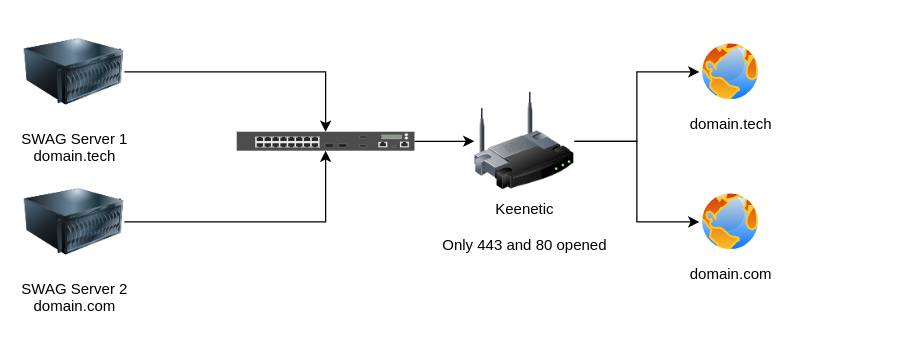
prettyleaf/diagrams keeps this draw.io diagram as homelab.drawio. Above is the earlier version. Source tidied: cells renumbered, new cells numbered last; positions are measured from the earlier drawing's top-left corner, leaving out a move shared by most shapes. Both pictures are drawn from the tidied source at 125%, with x=0, y=0 at pixel (24, 21).
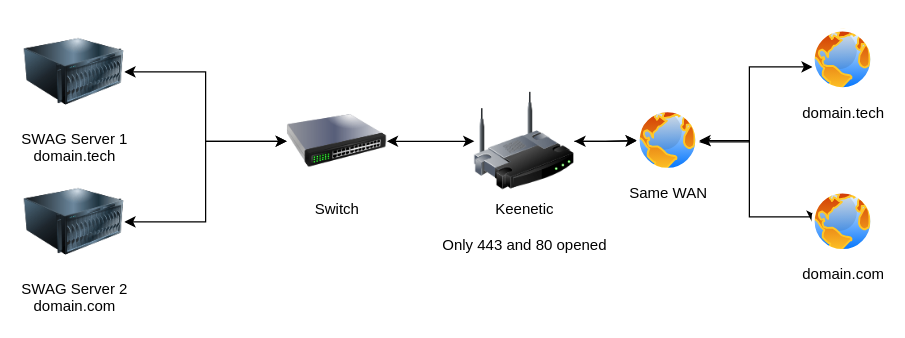
Above is the later version.

Change to the diagram source:
```diff
@@
 <mxGraphModel>
   <root>
     <mxCell id="0" />
     <mxCell id="1" parent="0" />
-    <mxCell id="2" style="edgeStyle=orthogonalEdgeStyle;rounded=0;jettySize=auto;html=1;" parent="1" edge="1" source="3" target="7">
-      <mxGeometry relative="1" as="geometry" />
-    </mxCell>
+    <mxCell id="13" style="edgeStyle=orthogonalEdgeStyle;rounded=0;jettySize=auto;html=1;entryX=0;entryY=0.5;entryDx=0;entryDy=0;startArrow=classic;startFill=1;" parent="1" edge="1" source="3" target="15">
+      <mxGeometry relative="1" as="geometry" />
+    </mxCell>
     <mxCell id="3" value="SWAG Server 1&lt;br&gt;domain.tech" style="image;html=1;image=img/lib/clip_art/computers/Server_128x128.png;" parent="1" vertex="1">
       <mxGeometry width="80" height="80" as="geometry" />
     </mxCell>
-    <mxCell id="4" style="edgeStyle=orthogonalEdgeStyle;rounded=0;jettySize=auto;html=1;" parent="1" edge="1" source="5" target="7">
-      <mxGeometry relative="1" as="geometry" />
-    </mxCell>
+    <mxCell id="14" style="edgeStyle=orthogonalEdgeStyle;rounded=0;jettySize=auto;html=1;entryX=0;entryY=0.5;entryDx=0;entryDy=0;startArrow=classic;startFill=1;" parent="1" edge="1" source="5" target="15">
+      <mxGeometry relative="1" as="geometry" />
+    </mxCell>
     <mxCell id="5" value="SWAG Server 2&lt;br&gt;domain.com" style="image;html=1;image=img/lib/clip_art/computers/Server_128x128.png;" parent="1" vertex="1">
       <mxGeometry y="120" width="80" height="80" as="geometry" />
     </mxCell>
-    <mxCell id="6" style="edgeStyle=orthogonalEdgeStyle;rounded=0;jettySize=auto;html=1;entryX=0;entryY=0.5;entryDx=0;entryDy=0;" parent="1" edge="1" source="7" target="10">
+    <mxCell id="6" style="rounded=0;jettySize=auto;html=1;entryX=0;entryY=0.5;entryDx=0;entryDy=0;startArrow=classic;startFill=1;exitX=1;exitY=0.5;exitDx=0;exitDy=0;" parent="1" edge="1" source="15" target="10">
       <mxGeometry relative="1" as="geometry" />
     </mxCell>
-    <mxCell id="7" style="html=1;verticalLabelPosition=bottom;verticalAlign=top;outlineConnect=0;shadow=0;dashed=0;shape=mxgraph.rack.hpe_aruba.gateways_controllers.aruba_7010_mobility_controller_front;" parent="1" vertex="1">
-      <mxGeometry x="170" y="88" width="142" height="15" as="geometry" />
-    </mxCell>
-    <mxCell id="8" style="edgeStyle=orthogonalEdgeStyle;rounded=0;jettySize=auto;html=1;" parent="1" edge="1" source="10" target="11">
-      <mxGeometry relative="1" as="geometry" />
+    <mxCell id="8" style="edgeStyle=orthogonalEdgeStyle;rounded=0;jettySize=auto;html=1;startArrow=classicThin;startFill=1;" parent="1" edge="1" source="18" target="11">
+      <mxGeometry relative="1" as="geometry">
+        <Array as="points">
+          <mxPoint x="580" y="96" />
+          <mxPoint x="580" y="36" />
+        </Array>
+      </mxGeometry>
     </mxCell>
-    <mxCell id="9" style="edgeStyle=orthogonalEdgeStyle;rounded=0;jettySize=auto;html=1;entryX=0;entryY=0.5;entryDx=0;entryDy=0;" parent="1" edge="1" source="10" target="12">
-      <mxGeometry relative="1" as="geometry" />
+    <mxCell id="9" style="edgeStyle=orthogonalEdgeStyle;rounded=0;jettySize=auto;html=1;entryX=0;entryY=0.5;entryDx=0;entryDy=0;startArrow=classic;startFill=1;" parent="1" edge="1" source="18" target="12">
+      <mxGeometry relative="1" as="geometry">
+        <Array as="points">
+          <mxPoint x="580" y="95" />
+          <mxPoint x="580" y="156" />
+        </Array>
+      </mxGeometry>
     </mxCell>
     <mxCell id="10" value="&lt;div&gt;Keenetic&lt;/div&gt;&lt;br&gt;Only 443 and 80 opened" style="image;html=1;image=img/lib/clip_art/networking/Wireless_Router_128x128.png;" parent="1" vertex="1">
       <mxGeometry x="360" y="55.5" width="80" height="80" as="geometry" />
     </mxCell>
     <mxCell id="11" value="domain.tech" style="image;perimeter=ellipsePerimeter;html=1;align=center;shadow=0;dashed=0;spacingTop=3;image=img/lib/active_directory/internet_globe.svg;" parent="1" vertex="1">
-      <mxGeometry x="540" y="15" width="50" height="50" as="geometry" />
+      <mxGeometry x="630" y="5.5" width="50" height="50" as="geometry" />
     </mxCell>
     <mxCell id="12" value="&lt;div&gt;domain.com&lt;/div&gt;&lt;div&gt;&lt;br&gt;&lt;/div&gt;" style="image;perimeter=ellipsePerimeter;html=1;align=center;shadow=0;dashed=0;spacingTop=3;image=img/lib/active_directory/internet_globe.svg;" parent="1" vertex="1">
-      <mxGeometry x="540" y="135" width="50" height="50" as="geometry" />
+      <mxGeometry x="630" y="135" width="50" height="50" as="geometry" />
     </mxCell>
+    <mxCell id="15" value="Switch" style="image;html=1;image=img/lib/clip_art/networking/Switch_128x128.png;" parent="1" vertex="1">
+      <mxGeometry x="210" y="55.5" width="80" height="80" as="geometry" />
+    </mxCell>
+    <mxCell id="16" style="edgeStyle=orthogonalEdgeStyle;rounded=0;jettySize=auto;html=1;entryX=0;entryY=0.5;entryDx=0;entryDy=0;" parent="1" edge="1" source="10" target="18">
+      <mxGeometry relative="1" as="geometry" />
+    </mxCell>
+    <mxCell id="17" style="edgeStyle=orthogonalEdgeStyle;rounded=0;jettySize=auto;html=1;startArrow=classic;startFill=1;" parent="1" edge="1" source="10" target="18">
+      <mxGeometry relative="1" as="geometry" />
+    </mxCell>
+    <mxCell id="18" value="Same WAN" style="image;perimeter=ellipsePerimeter;html=1;align=center;shadow=0;dashed=0;spacingTop=3;image=img/lib/active_directory/internet_globe.svg;" parent="1" vertex="1">
+      <mxGeometry x="490" y="70" width="50" height="50" as="geometry" />
+    </mxCell>
   </root>
 </mxGraphModel>
```
